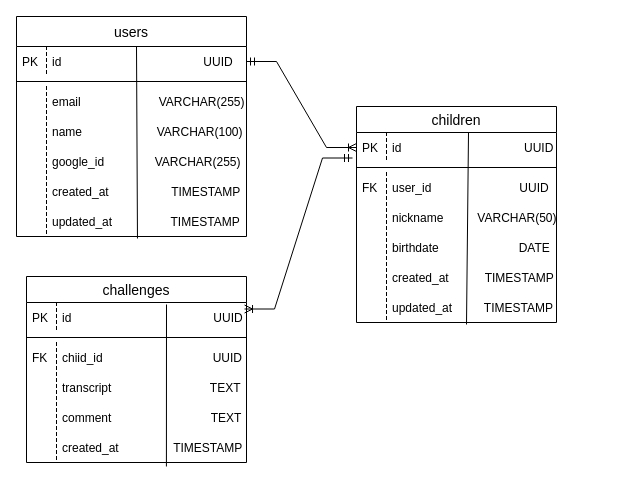
Before: docs/diagrams/database-er.drawio in ms-engineer-bc25-06/Section9_TeamC, a draw.io diagram. Source tidied: cells renumbered, new cells numbered last; positions are measured from the earlier drawing's top-left corner, leaving out a move shared by most shapes. Both pictures are drawn from the tidied source at 100%, with x=0, y=0 at pixel (16, 16).
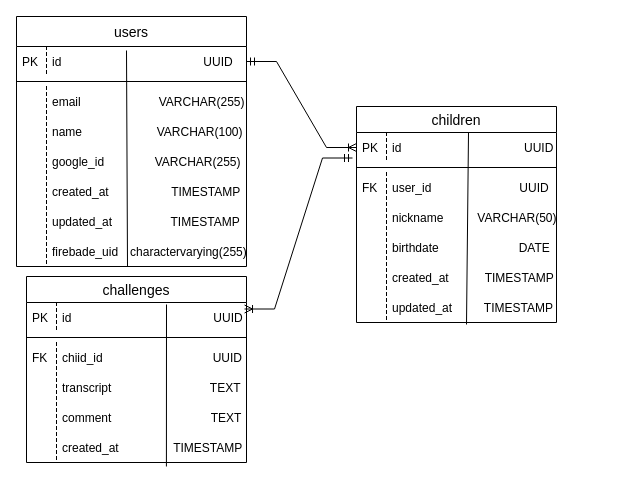
The same diagram, later.

Commit message (it also covers changes not shown here):
データーベース設計書とER図の訂正

Unchanged cells that the change refers to:
```xml
<mxCell id="30" value="updated_at　              TIMESTAMP" style="shape=partialRectangle;fillColor=none;align=left;verticalAlign=middle;strokeColor=none;spacingLeft=34;points=[[0,0.5],[1,0.5]];portConstraint=eastwest;" parent="17" vertex="1">
  <mxGeometry y="190" width="230" height="30" as="geometry" />
</mxCell>
```

Diff of the diagram source:
```diff
@@
     <mxCell id="17" value="users" style="swimlane;fontStyle=0;horizontal=1;startSize=30;align=center;fontSize=14;" parent="1" vertex="1">
-      <mxGeometry width="230" height="220" as="geometry" />
+      <mxGeometry width="230" height="250" as="geometry" />
     </mxCell>
+    <mxCell id="20" style="endArrow=none;html=1;rounded=0;entryX=0.526;entryY=0.867;entryDx=0;entryDy=0;entryPerimeter=0;" parent="17" edge="1">
+      <mxGeometry relative="1" as="geometry">
+        <mxPoint x="110" y="34" as="sourcePoint" />
+        <mxPoint x="111" y="250" as="targetPoint" />
+      </mxGeometry>
+    </mxCell>
@@
-    <mxCell id="20" style="endArrow=none;html=1;rounded=0;entryX=0.526;entryY=1.067;entryDx=0;entryDy=0;entryPerimeter=0;" parent="17" edge="1" target="30">
-      <mxGeometry relative="1" as="geometry">
-        <mxPoint x="120" y="30" as="sourcePoint" />
-      </mxGeometry>
-    </mxCell>
@@
+    <mxCell id="47" value="firebade_uid　charactervarying(255)" style="shape=partialRectangle;fillColor=none;align=left;verticalAlign=middle;strokeColor=none;spacingLeft=34;fontSize=12;" parent="17" vertex="1">
+      <mxGeometry y="220" width="230" height="30" as="geometry" />
+    </mxCell>
+    <mxCell id="48" style="shape=partialRectangle;top=0;left=0;bottom=0;fillColor=none;stokeWidth=1;dashed=1;align=left;verticalAlign=middle;spacingLeft=4;spacingRight=4;overflow=hidden;" parent="47" vertex="1">
+      <mxGeometry width="30" height="30" as="geometry" />
+    </mxCell>
```
